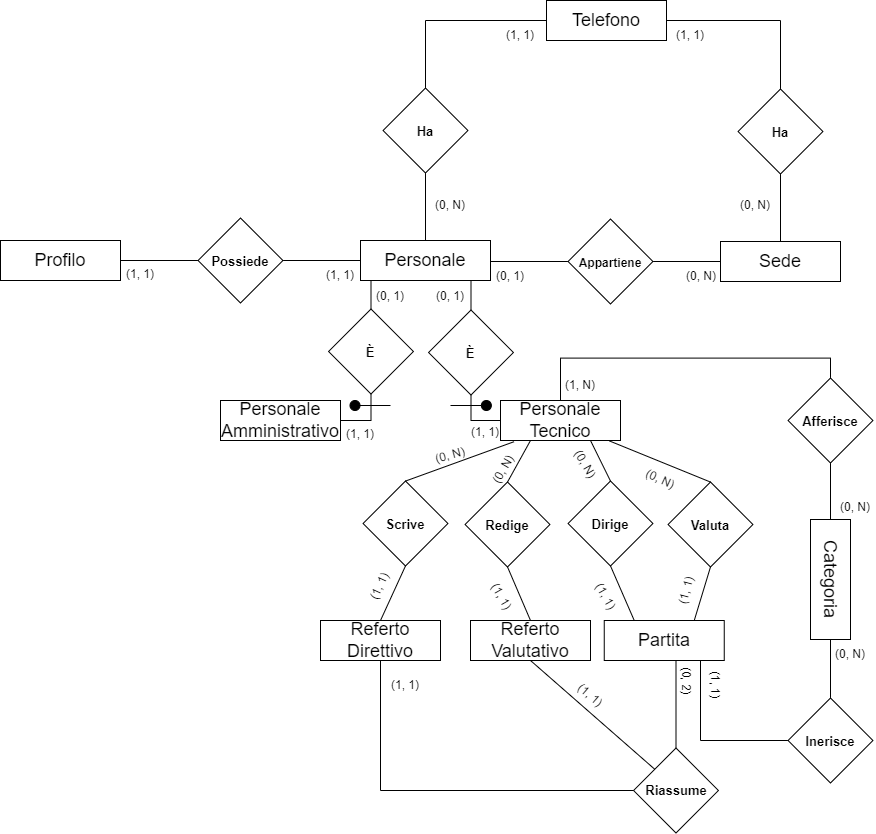
Earlier version of the draw.io export ERDiagram/WhistleERRistrutturato.drawio.png (savernike/DiagramsSet). Source tidied: cells renumbered, new cells last; positions are measured from the earlier drawing's top-left corner, leaving out a move shared by most shapes.
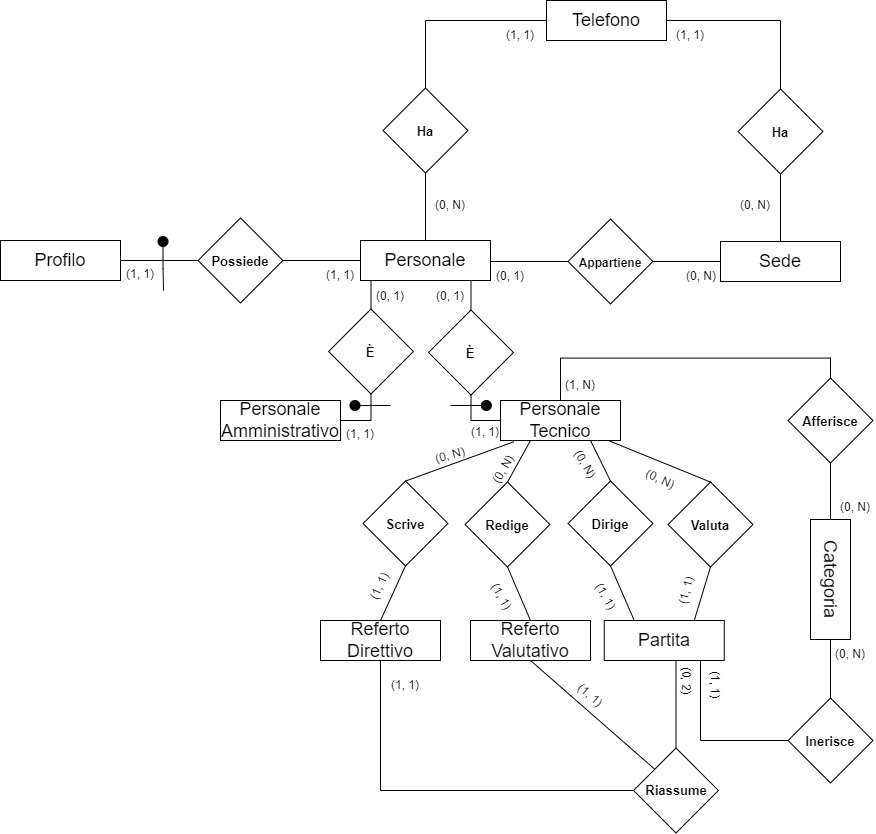
Above is the later version.

Commit message:
Aggiunta identificatore esterno su Profilo

Change to the diagram source:
```diff
@@ -299,5 +299,13 @@
     <mxCell id="95" style="ellipse;whiteSpace=wrap;html=1;fontFamily=Helvetica;fontSize=11;fontColor=default;fillColor=#000000;" parent="1" vertex="1">
       <mxGeometry x="480.9" y="400" width="10" height="10" as="geometry" />
     </mxCell>
+    <mxCell id="96" style="edgeStyle=orthogonalEdgeStyle;rounded=0;jettySize=auto;html=1;exitX=0.5;exitY=1;exitDx=0;exitDy=0;endArrow=none;endFill=0;" parent="1" edge="1" source="97">
+      <mxGeometry relative="1" as="geometry">
+        <mxPoint x="163" y="290" as="targetPoint" />
+      </mxGeometry>
+    </mxCell>
+    <mxCell id="97" style="ellipse;whiteSpace=wrap;html=1;fillColor=#000000;" parent="1" vertex="1">
+      <mxGeometry x="157.5" y="236" width="10" height="10" as="geometry" />
+    </mxCell>
   </root>
 </mxGraphModel>
```
